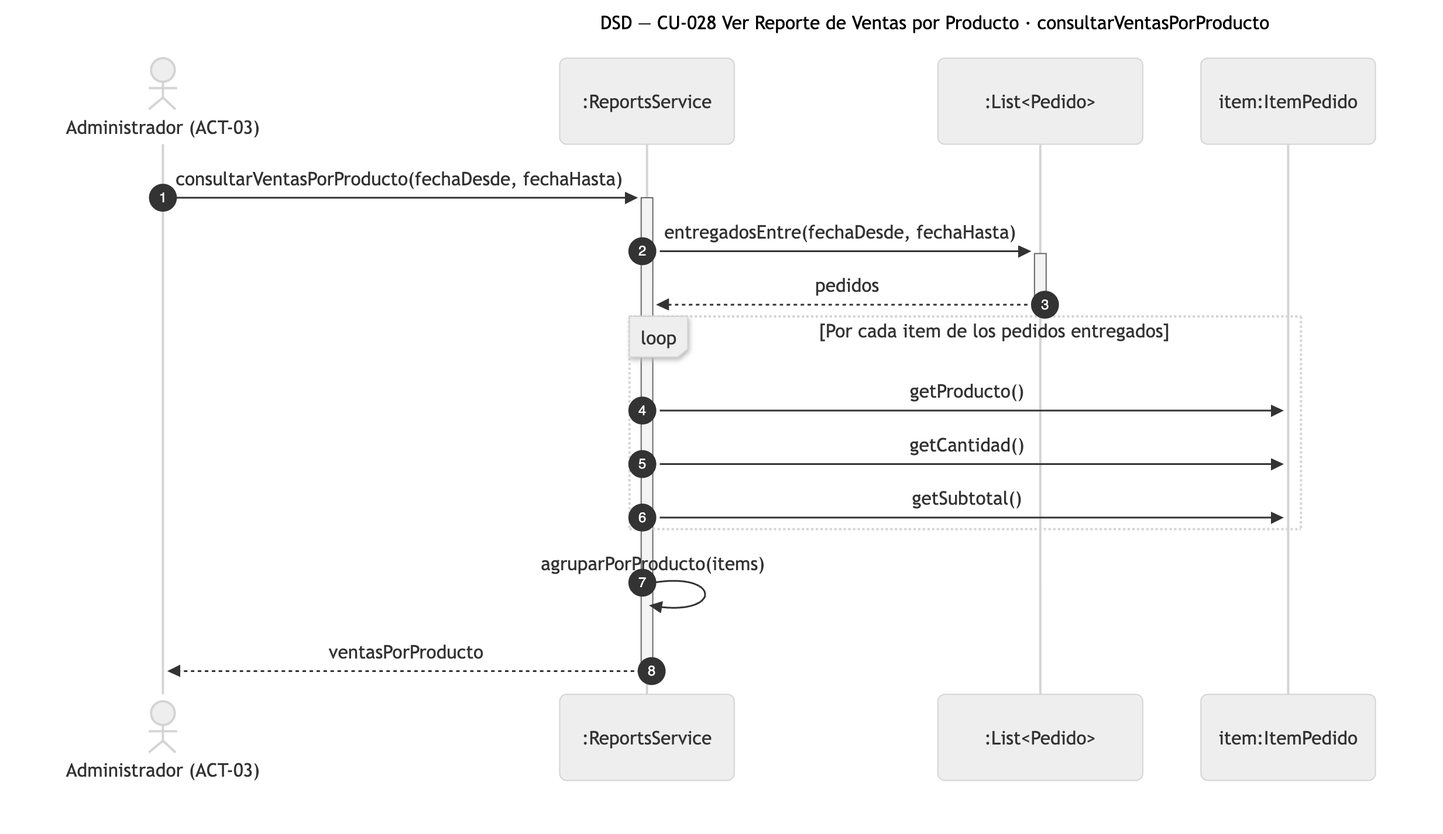
Before: diagramas/png/DSD_CU-028_consultarVentasPorProducto.png, a diagram exported from Mermaid (Nahuelito-Dev/splg-docs). Its source is kept beside it as diagramas/DSD_CU-028_consultarVentasPorProducto.mmd. Source of this version:
```mermaid
sequenceDiagram
    title DSD — CU-028 Ver Reporte de Ventas por Producto · consultarVentasPorProducto
    autonumber
    actor ADM as Administrador (ACT-03)
    participant SRV as :ReportsService
    participant COL as :List#lt;Pedido#gt;
    participant ITM as item:ItemPedido

    ADM->>+SRV: consultarVentasPorProducto(fechaDesde, fechaHasta)
    SRV->>+COL: entregadosEntre(fechaDesde, fechaHasta)
    COL-->>-SRV: pedidos
    loop Por cada item de los pedidos entregados
        SRV->>ITM: getProducto()
        SRV->>ITM: getCantidad()
        SRV->>ITM: getSubtotal()
    end
    SRV->>SRV: agruparPorProducto(items)
    SRV-->>-ADM: ventasPorProducto
```
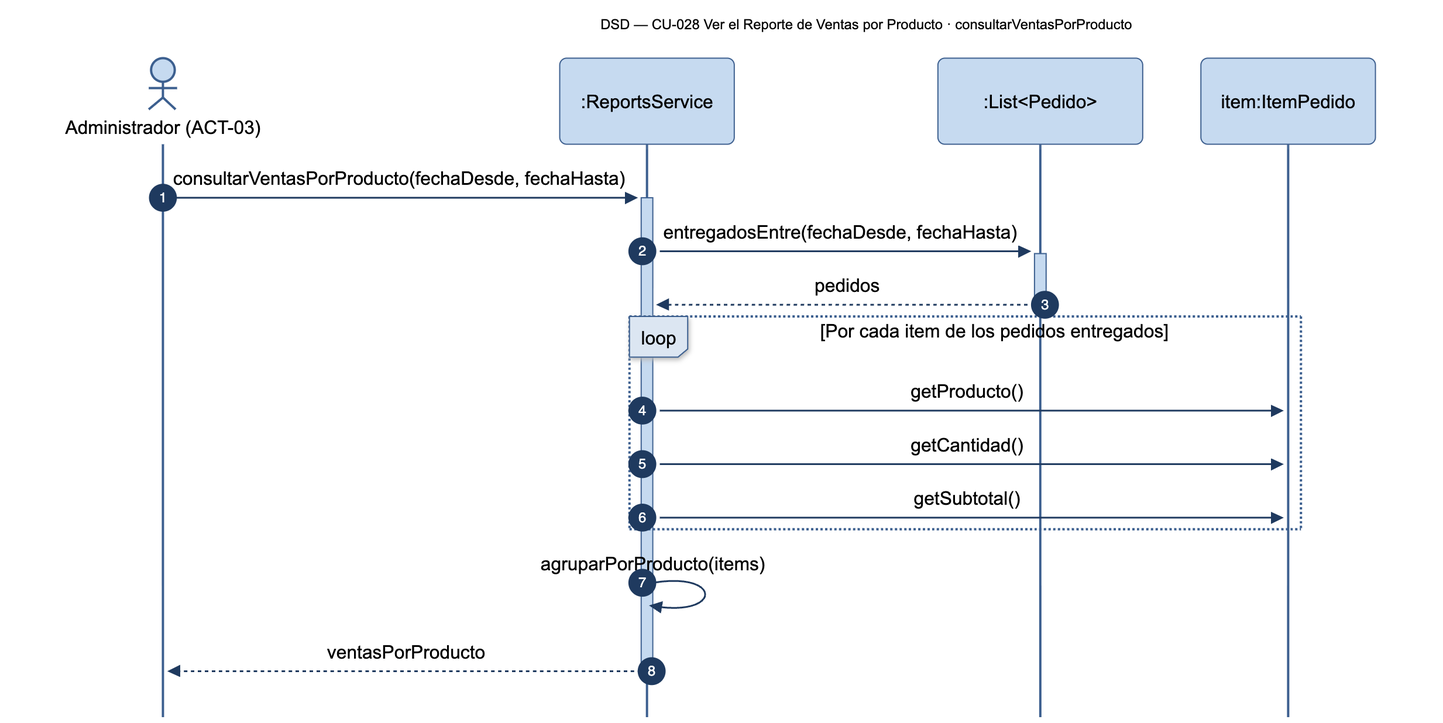
Above is the later version.

What changed in the source:
```diff
@@ -1,5 +1,5 @@
 sequenceDiagram
-    title DSD — CU-028 Ver Reporte de Ventas por Producto · consultarVentasPorProducto
+    title DSD — CU-028 Ver el Reporte de Ventas por Producto · consultarVentasPorProducto
     autonumber
     actor ADM as Administrador (ACT-03)
     participant SRV as :ReportsService
```
